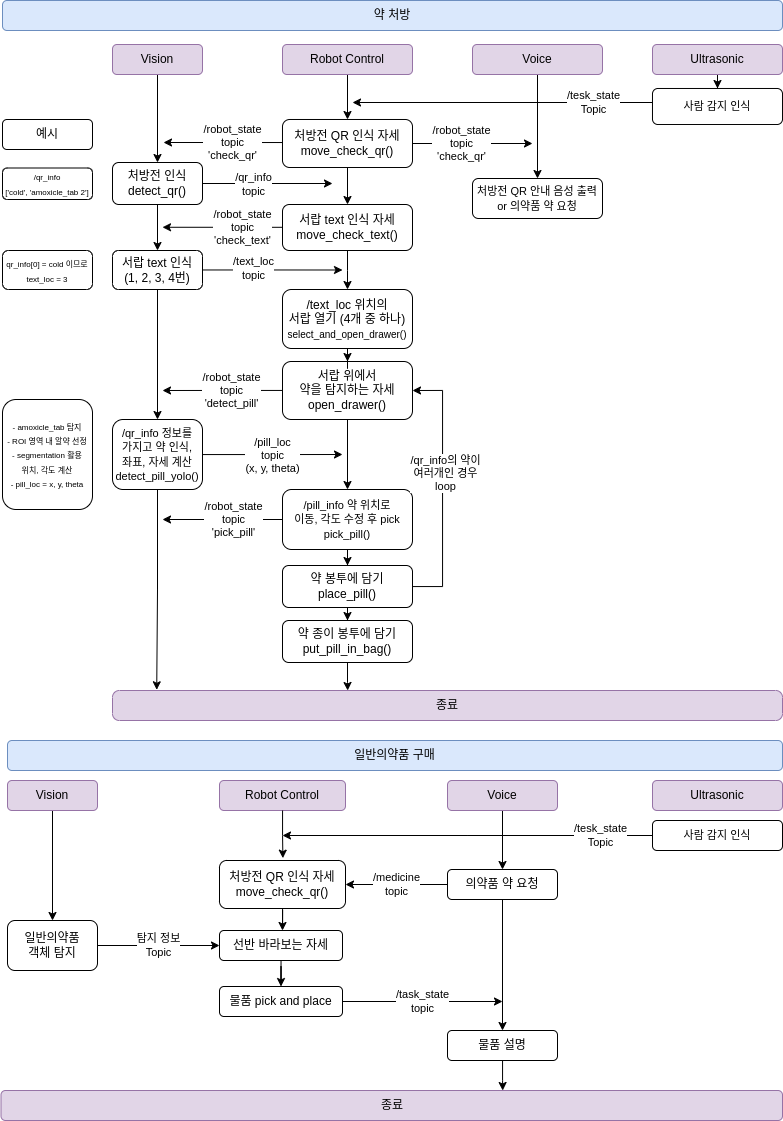
hongha0704/rokey_pharmacy keeps this draw.io diagram as rokey_project/image/system_flow/ROKEY_Pharmacy_detail.drawio.png. Above is the earlier version. Source tidied: cells renumbered, new cells last; positions are measured from the earlier drawing's top-left corner, leaving out a move shared by most shapes.
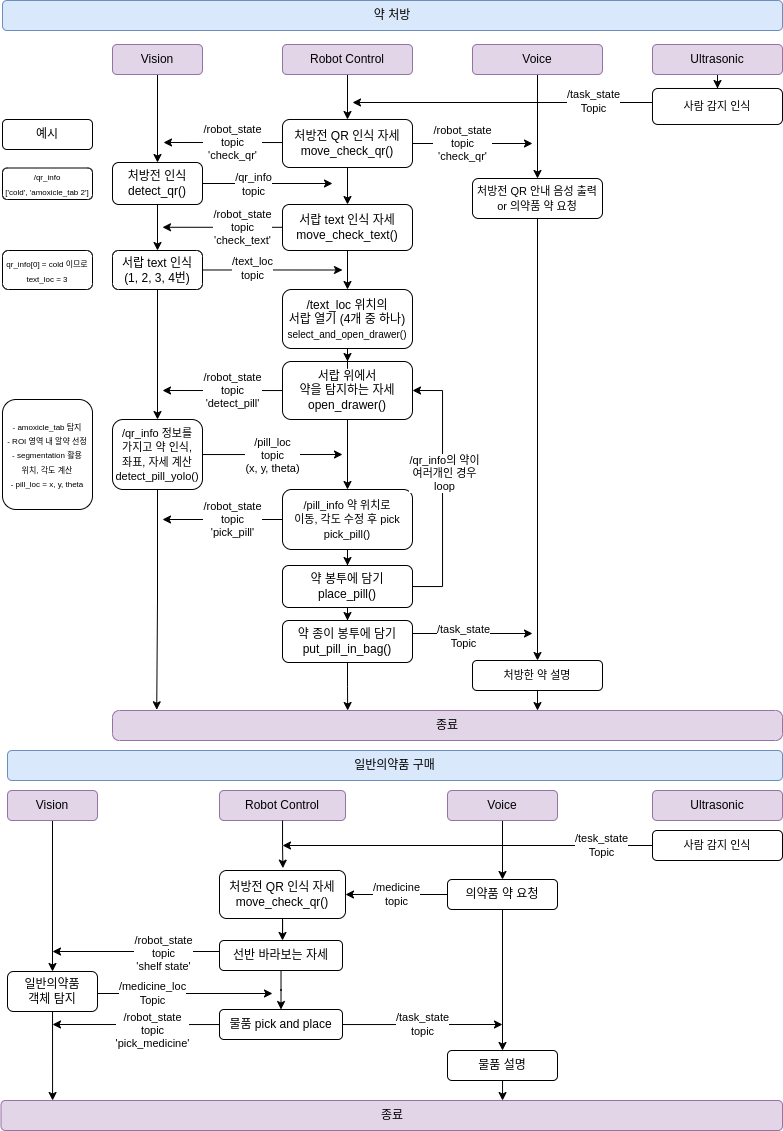
After the change.

What changed in the source:
```diff
@@ -93,16 +93,16 @@
       <mxGeometry relative="1" as="geometry" />
     </mxCell>
     <mxCell id="26" value="Vision" style="rounded=1;whiteSpace=wrap;html=1;fillColor=#e1d5e7;strokeColor=#9673a6;" parent="1" vertex="1">
-      <mxGeometry x="7" y="780" width="90" height="30" as="geometry" />
+      <mxGeometry x="7" y="790" width="90" height="30" as="geometry" />
     </mxCell>
     <mxCell id="27" value="Robot Control" style="rounded=1;whiteSpace=wrap;html=1;fillColor=#e1d5e7;strokeColor=#9673a6;" parent="1" vertex="1">
-      <mxGeometry x="219" y="780" width="126" height="30" as="geometry" />
+      <mxGeometry x="219" y="790" width="126" height="30" as="geometry" />
     </mxCell>
     <mxCell id="28" style="edgeStyle=orthogonalEdgeStyle;rounded=0;jettySize=auto;html=1;entryX=0.5;entryY=0;entryDx=0;entryDy=0;" parent="1" edge="1" source="29" target="32">
       <mxGeometry relative="1" as="geometry" />
     </mxCell>
     <mxCell id="29" value="Voice" style="rounded=1;whiteSpace=wrap;html=1;fillColor=#e1d5e7;strokeColor=#9673a6;" parent="1" vertex="1">
-      <mxGeometry x="447" y="780" width="110" height="30" as="geometry" />
+      <mxGeometry x="447" y="790" width="110" height="30" as="geometry" />
     </mxCell>
     <mxCell id="30" style="edgeStyle=orthogonalEdgeStyle;rounded=0;jettySize=auto;html=1;entryX=0.5;entryY=0;entryDx=0;entryDy=0;" parent="1" edge="1" source="32" target="62">
       <mxGeometry relative="1" as="geometry" />
@@ -111,30 +111,47 @@
       <mxGeometry relative="1" as="geometry" />
     </mxCell>
     <mxCell id="32" value="의약품 약 요청" style="rounded=1;whiteSpace=wrap;html=1;" parent="1" vertex="1">
-      <mxGeometry x="447" y="869" width="110" height="30" as="geometry" />
+      <mxGeometry x="447" y="879" width="110" height="30" as="geometry" />
     </mxCell>
     <mxCell id="33" value="일반의약품 구매" style="rounded=1;whiteSpace=wrap;html=1;fillColor=#dae8fc;strokeColor=#6c8ebf;" parent="1" vertex="1">
-      <mxGeometry x="7" y="740" width="775" height="30" as="geometry" />
+      <mxGeometry x="7" y="750" width="775" height="30" as="geometry" />
     </mxCell>
     <mxCell id="34" style="edgeStyle=orthogonalEdgeStyle;rounded=0;jettySize=auto;html=1;entryX=0.5;entryY=0;entryDx=0;entryDy=0;" parent="1" edge="1" source="35" target="39">
       <mxGeometry relative="1" as="geometry" />
     </mxCell>
+    <mxCell id="75" style="edgeStyle=orthogonalEdgeStyle;rounded=0;orthogonalLoop=1;jettySize=auto;html=1;" parent="1" edge="1">
+      <mxGeometry relative="1" as="geometry">
+        <mxPoint x="219" y="951" as="sourcePoint" />
+        <mxPoint x="52" y="951" as="targetPoint" />
+      </mxGeometry>
+    </mxCell>
+    <mxCell id="76" value="&lt;span style=&quot;color: rgb(0, 0, 0); background-color: rgb(255, 255, 255); float: none; display: inline !important;&quot;&gt;/robot_state&lt;/span&gt;&lt;div style=&quot;color: rgb(0, 0, 0);&quot;&gt;topic&lt;/div&gt;&lt;div style=&quot;color: rgb(0, 0, 0);&quot;&gt;'shelf state'&lt;/div&gt;" style="edgeLabel;html=1;align=center;verticalAlign=middle;" parent="75" vertex="1">
+      <mxGeometry x="-0.32" y="2" relative="1" as="geometry" />
+    </mxCell>
     <mxCell id="35" value="선반 바라보는 자세" style="rounded=1;whiteSpace=wrap;html=1;" parent="1" vertex="1">
-      <mxGeometry x="219" y="930" width="123" height="30" as="geometry" />
+      <mxGeometry x="219" y="940" width="123" height="30" as="geometry" />
     </mxCell>
-    <mxCell id="36" value="&lt;span style=&quot;forced-color-adjust: none; color: light-dark(rgb(0, 0, 0), rgb(237, 237, 237)); font-family: Helvetica; font-size: 11px; font-style: normal; font-variant-ligatures: normal; font-variant-caps: normal; font-weight: 400; letter-spacing: normal; orphans: 2; text-align: center; text-indent: 0px; text-transform: none; widows: 2; word-spacing: 0px; -webkit-text-stroke-width: 0px; white-space: nowrap; background-color: light-dark(rgb(255, 255, 255), rgb(18, 18, 18)); text-decoration-thickness: initial; text-decoration-style: initial; text-decoration-color: initial; float: none; display: inline !important;&quot;&gt;탐지 정보&lt;/span&gt;&lt;div style=&quot;forced-color-adjust: none; color: light-dark(rgb(0, 0, 0), rgb(237, 237, 237)); font-family: Helvetica; font-size: 11px; font-style: normal; font-variant-ligatures: normal; font-variant-caps: normal; font-weight: 400; letter-spacing: normal; orphans: 2; text-align: center; text-indent: 0px; text-transform: none; widows: 2; word-spacing: 0px; -webkit-text-stroke-width: 0px; white-space: nowrap; text-decoration-thickness: initial; text-decoration-style: initial; text-decoration-color: initial;&quot;&gt;Topic&lt;/div&gt;" style="edgeStyle=orthogonalEdgeStyle;rounded=0;jettySize=auto;html=1;entryX=0;entryY=0.5;entryDx=0;entryDy=0;" parent="1" edge="1" source="37" target="35">
-      <mxGeometry relative="1" as="geometry" />
-    </mxCell>
+    <mxCell id="77" value="&lt;div&gt;/medicine_loc&lt;br&gt;&lt;div style=&quot;forced-color-adjust: none; color: rgb(0, 0, 0); font-family: Helvetica; font-size: 11px; font-style: normal; font-variant-ligatures: normal; font-variant-caps: normal; font-weight: 400; letter-spacing: normal; orphans: 2; text-align: center; text-indent: 0px; text-transform: none; widows: 2; word-spacing: 0px; -webkit-text-stroke-width: 0px; white-space: nowrap; text-decoration-thickness: initial; text-decoration-style: initial; text-decoration-color: initial;&quot;&gt;Topic&lt;/div&gt;&lt;/div&gt;" style="edgeStyle=orthogonalEdgeStyle;rounded=0;orthogonalLoop=1;jettySize=auto;html=1;" parent="1" edge="1">
+      <mxGeometry x="-0.37" relative="1" as="geometry">
+        <mxPoint x="97" y="993" as="sourcePoint" />
+        <mxPoint x="272" y="993" as="targetPoint" />
+      </mxGeometry>
+    </mxCell>
     <mxCell id="37" value="일반의약품&lt;div&gt;객체 탐지&lt;/div&gt;" style="rounded=1;whiteSpace=wrap;html=1;" parent="1" vertex="1">
-      <mxGeometry x="7" y="920" width="90" height="50" as="geometry" />
+      <mxGeometry x="7" y="971" width="90" height="40" as="geometry" />
     </mxCell>
     <mxCell id="38" value="&lt;span style=&quot;forced-color-adjust: none; color: light-dark(rgb(0, 0, 0), rgb(237, 237, 237)); font-family: Helvetica; font-size: 11px; font-style: normal; font-variant-ligatures: normal; font-variant-caps: normal; font-weight: 400; letter-spacing: normal; orphans: 2; text-align: center; text-indent: 0px; text-transform: none; widows: 2; word-spacing: 0px; -webkit-text-stroke-width: 0px; white-space: nowrap; background-color: light-dark(rgb(255, 255, 255), rgb(18, 18, 18)); text-decoration-thickness: initial; text-decoration-style: initial; text-decoration-color: initial; float: none; display: inline !important;&quot;&gt;/task_state&lt;/span&gt;&lt;div style=&quot;forced-color-adjust: none; color: light-dark(rgb(0, 0, 0), rgb(237, 237, 237)); font-family: Helvetica; font-size: 11px; font-style: normal; font-variant-ligatures: normal; font-variant-caps: normal; font-weight: 400; letter-spacing: normal; orphans: 2; text-align: center; text-indent: 0px; text-transform: none; widows: 2; word-spacing: 0px; -webkit-text-stroke-width: 0px; white-space: nowrap; text-decoration-thickness: initial; text-decoration-style: initial; text-decoration-color: initial;&quot;&gt;topic&lt;/div&gt;" style="edgeStyle=orthogonalEdgeStyle;rounded=0;jettySize=auto;html=1;" parent="1" edge="1" source="39">
       <mxGeometry relative="1" as="geometry">
-        <mxPoint x="502" y="1001" as="targetPoint" />
+        <mxPoint x="502" y="1024" as="targetPoint" />
       </mxGeometry>
     </mxCell>
+    <mxCell id="78" value="&lt;span style=&quot;forced-color-adjust: none; color: rgb(0, 0, 0); font-family: Helvetica; font-size: 11px; font-style: normal; font-variant-ligatures: normal; font-variant-caps: normal; font-weight: 400; letter-spacing: normal; orphans: 2; text-align: center; text-indent: 0px; text-transform: none; widows: 2; word-spacing: 0px; -webkit-text-stroke-width: 0px; white-space: nowrap; background-color: rgb(255, 255, 255); text-decoration-thickness: initial; text-decoration-style: initial; text-decoration-color: initial; float: none; display: inline !important;&quot;&gt;/robot_state&lt;/span&gt;&lt;div style=&quot;forced-color-adjust: none; color: rgb(0, 0, 0); font-family: Helvetica; font-size: 11px; font-style: normal; font-variant-ligatures: normal; font-variant-caps: normal; font-weight: 400; letter-spacing: normal; orphans: 2; text-align: center; text-indent: 0px; text-transform: none; widows: 2; word-spacing: 0px; -webkit-text-stroke-width: 0px; white-space: nowrap; text-decoration-thickness: initial; text-decoration-style: initial; text-decoration-color: initial;&quot;&gt;topic&lt;/div&gt;&lt;div style=&quot;forced-color-adjust: none; color: rgb(0, 0, 0); font-family: Helvetica; font-size: 11px; font-style: normal; font-variant-ligatures: normal; font-variant-caps: normal; font-weight: 400; letter-spacing: normal; orphans: 2; text-align: center; text-indent: 0px; text-transform: none; widows: 2; word-spacing: 0px; -webkit-text-stroke-width: 0px; white-space: nowrap; text-decoration-thickness: initial; text-decoration-style: initial; text-decoration-color: initial;&quot;&gt;'pick_medicine'&lt;/div&gt;" style="edgeStyle=orthogonalEdgeStyle;rounded=0;jettySize=auto;html=1;" parent="1" edge="1" source="39">
+      <mxGeometry x="-0.2" y="6" relative="1" as="geometry">
+        <mxPoint x="52" y="1024" as="targetPoint" />
+      </mxGeometry>
+    </mxCell>
     <mxCell id="39" value="물품 pick and place" style="rounded=1;whiteSpace=wrap;html=1;" parent="1" vertex="1">
-      <mxGeometry x="219" y="986" width="123" height="30" as="geometry" />
+      <mxGeometry x="219" y="1009" width="123" height="30" as="geometry" />
     </mxCell>
     <mxCell id="40" style="edgeStyle=orthogonalEdgeStyle;rounded=0;jettySize=auto;html=1;" parent="1" edge="1" source="41" target="43">
       <mxGeometry relative="1" as="geometry" />
@@ -174,7 +191,7 @@
       <mxGeometry x="112" y="419" width="90" height="70" as="geometry" />
     </mxCell>
     <mxCell id="50" value="종료" style="rounded=1;whiteSpace=wrap;html=1;fillColor=#e1d5e7;strokeColor=#9673a6;arcSize=23;" parent="1" vertex="1">
-      <mxGeometry x="112" y="690" width="670" height="30" as="geometry" />
+      <mxGeometry x="112" y="710" width="670" height="30" as="geometry" />
     </mxCell>
     <mxCell id="51" value="&lt;font style=&quot;font-size: 8px;&quot;&gt;/qr_info&lt;/font&gt;&lt;div&gt;&lt;font style=&quot;font-size: 8px;&quot;&gt;&lt;font style=&quot;&quot;&gt;['cold', 'amoxicle_tab&lt;span style=&quot;background-color: transparent; color: light-dark(rgb(0, 0, 0), rgb(255, 255, 255));&quot;&gt;&amp;nbsp;2'&lt;/span&gt;&lt;/font&gt;&lt;span style=&quot;background-color: transparent; color: light-dark(rgb(0, 0, 0), rgb(255, 255, 255));&quot;&gt;]&lt;/span&gt;&lt;/font&gt;&lt;/div&gt;" style="rounded=1;whiteSpace=wrap;html=1;" parent="1" vertex="1">
       <mxGeometry x="2" y="167.5" width="90" height="31.5" as="geometry" />
@@ -194,6 +211,9 @@
     <mxCell id="56" value="Voice" style="rounded=1;whiteSpace=wrap;html=1;fillColor=#e1d5e7;strokeColor=#9673a6;" parent="1" vertex="1">
       <mxGeometry x="472" y="44" width="130" height="30" as="geometry" />
     </mxCell>
+    <mxCell id="79" style="edgeStyle=orthogonalEdgeStyle;rounded=0;jettySize=auto;html=1;entryX=0.5;entryY=0;entryDx=0;entryDy=0;" parent="1" edge="1" source="57" target="82">
+      <mxGeometry relative="1" as="geometry" />
+    </mxCell>
     <mxCell id="57" value="&lt;font style=&quot;font-size: 11px;&quot;&gt;처방전 QR 안내 음성 출력&lt;br&gt;or 의약품 약 요청&lt;/font&gt;" style="rounded=1;whiteSpace=wrap;html=1;" parent="1" vertex="1">
       <mxGeometry x="472" y="178" width="130" height="40" as="geometry" />
     </mxCell>
@@ -203,14 +223,23 @@
     <mxCell id="59" value="Ultrasonic" style="rounded=1;whiteSpace=wrap;html=1;fillColor=#e1d5e7;strokeColor=#9673a6;" parent="1" vertex="1">
       <mxGeometry x="652" y="44" width="130" height="30" as="geometry" />
     </mxCell>
+    <mxCell id="80" style="edgeStyle=orthogonalEdgeStyle;rounded=0;orthogonalLoop=1;jettySize=auto;html=1;" parent="1" edge="1">
+      <mxGeometry relative="1" as="geometry">
+        <mxPoint x="412" y="633" as="sourcePoint" />
+        <mxPoint x="532" y="633" as="targetPoint" />
+      </mxGeometry>
+    </mxCell>
+    <mxCell id="81" value="/task_state&lt;div&gt;Topic&lt;/div&gt;" style="edgeLabel;html=1;align=center;verticalAlign=middle;" parent="80" vertex="1">
+      <mxGeometry x="-0.16" y="-3" relative="1" as="geometry" />
+    </mxCell>
     <mxCell id="60" value="약 종이 봉투에 담기&lt;div&gt;put_pill_in_bag()&lt;/div&gt;" style="rounded=1;whiteSpace=wrap;html=1;" parent="1" vertex="1">
       <mxGeometry x="282" y="620" width="130" height="42" as="geometry" />
     </mxCell>
     <mxCell id="61" value="종료" style="rounded=1;whiteSpace=wrap;html=1;fillColor=#e1d5e7;strokeColor=#9673a6;" parent="1" vertex="1">
-      <mxGeometry x="0.5" y="1090" width="781.5" height="30" as="geometry" />
+      <mxGeometry x="0.5" y="1100" width="781.5" height="30" as="geometry" />
     </mxCell>
     <mxCell id="62" value="물품 설명" style="rounded=1;whiteSpace=wrap;html=1;" parent="1" vertex="1">
-      <mxGeometry x="447" y="1030" width="110" height="30" as="geometry" />
+      <mxGeometry x="447" y="1050" width="110" height="30" as="geometry" />
     </mxCell>
     <mxCell id="63" style="edgeStyle=orthogonalEdgeStyle;rounded=0;orthogonalLoop=1;jettySize=auto;html=1;" parent="1" edge="1">
       <mxGeometry relative="1" as="geometry">
@@ -218,7 +247,7 @@
         <mxPoint x="352" y="102" as="targetPoint" />
       </mxGeometry>
     </mxCell>
-    <mxCell id="64" value="/tesk_state&lt;div&gt;Topic&lt;/div&gt;" style="edgeLabel;html=1;align=center;verticalAlign=middle;" parent="63" vertex="1">
+    <mxCell id="64" value="/task_state&lt;div&gt;Topic&lt;/div&gt;" style="edgeLabel;html=1;align=center;verticalAlign=middle;" parent="63" vertex="1">
       <mxGeometry x="0.02" y="-1" relative="1" as="geometry">
         <mxPoint x="93" as="offset" />
       </mxGeometry>
@@ -233,18 +262,18 @@
       <mxGeometry relative="1" as="geometry" />
     </mxCell>
     <mxCell id="68" value="Ultrasonic" style="rounded=1;whiteSpace=wrap;html=1;fillColor=#e1d5e7;strokeColor=#9673a6;" parent="1" vertex="1">
-      <mxGeometry x="652" y="780" width="130" height="30" as="geometry" />
+      <mxGeometry x="652" y="790" width="130" height="30" as="geometry" />
     </mxCell>
     <mxCell id="69" value="&lt;span style=&quot;color: rgb(0, 0, 0); font-family: Helvetica; font-size: 11px; font-style: normal; font-variant-ligatures: normal; font-variant-caps: normal; font-weight: 400; letter-spacing: normal; orphans: 2; text-align: center; text-indent: 0px; text-transform: none; widows: 2; word-spacing: 0px; -webkit-text-stroke-width: 0px; white-space: nowrap; background-color: rgb(255, 255, 255); text-decoration-thickness: initial; text-decoration-style: initial; text-decoration-color: initial; display: inline !important; float: none;&quot;&gt;/tesk_state&lt;/span&gt;&lt;div style=&quot;forced-color-adjust: none; color: rgb(0, 0, 0); font-family: Helvetica; font-size: 11px; font-style: normal; font-variant-ligatures: normal; font-variant-caps: normal; font-weight: 400; letter-spacing: normal; orphans: 2; text-align: center; text-indent: 0px; text-transform: none; widows: 2; word-spacing: 0px; -webkit-text-stroke-width: 0px; white-space: nowrap; text-decoration-thickness: initial; text-decoration-style: initial; text-decoration-color: initial;&quot;&gt;Topic&lt;/div&gt;" style="edgeStyle=orthogonalEdgeStyle;rounded=0;jettySize=auto;html=1;" parent="1" edge="1" source="70">
       <mxGeometry x="-0.72" relative="1" as="geometry">
-        <mxPoint x="282" y="835" as="targetPoint" />
+        <mxPoint x="282" y="845" as="targetPoint" />
       </mxGeometry>
     </mxCell>
     <mxCell id="70" value="&lt;span style=&quot;font-size: 11px;&quot;&gt;사람 감지 인식&lt;/span&gt;" style="rounded=1;whiteSpace=wrap;html=1;" parent="1" vertex="1">
-      <mxGeometry x="652" y="820" width="130" height="30" as="geometry" />
+      <mxGeometry x="652" y="830" width="130" height="30" as="geometry" />
     </mxCell>
     <mxCell id="71" value="처방전 QR 인식 자세&lt;div&gt;move_check_qr()&lt;/div&gt;" style="rounded=1;whiteSpace=wrap;html=1;" parent="1" vertex="1">
-      <mxGeometry x="219" y="860" width="126" height="48" as="geometry" />
+      <mxGeometry x="219" y="870" width="126" height="48" as="geometry" />
     </mxCell>
     <mxCell id="72" style="edgeStyle=orthogonalEdgeStyle;rounded=0;jettySize=auto;html=1;entryX=0.503;entryY=-0.049;entryDx=0;entryDy=0;entryPerimeter=0;" parent="1" edge="1" source="27" target="71">
       <mxGeometry relative="1" as="geometry" />
@@ -255,5 +284,14 @@
     <mxCell id="74" style="edgeStyle=orthogonalEdgeStyle;rounded=0;jettySize=auto;html=1;entryX=0.642;entryY=0;entryDx=0;entryDy=0;entryPerimeter=0;" parent="1" edge="1" source="62" target="61">
       <mxGeometry relative="1" as="geometry" />
     </mxCell>
+    <mxCell id="82" value="&lt;span style=&quot;font-size: 11px;&quot;&gt;처방한 약 설명&lt;/span&gt;" style="rounded=1;whiteSpace=wrap;html=1;" parent="1" vertex="1">
+      <mxGeometry x="472" y="660" width="130" height="30" as="geometry" />
+    </mxCell>
+    <mxCell id="83" style="edgeStyle=orthogonalEdgeStyle;rounded=0;jettySize=auto;html=1;entryX=0.634;entryY=0;entryDx=0;entryDy=0;entryPerimeter=0;" parent="1" edge="1" source="82" target="50">
+      <mxGeometry relative="1" as="geometry" />
+    </mxCell>
+    <mxCell id="84" style="edgeStyle=orthogonalEdgeStyle;rounded=0;jettySize=auto;html=1;entryX=0.066;entryY=0;entryDx=0;entryDy=0;entryPerimeter=0;" parent="1" edge="1" source="37" target="61">
+      <mxGeometry relative="1" as="geometry" />
+    </mxCell>
   </root>
 </mxGraphModel>
```
